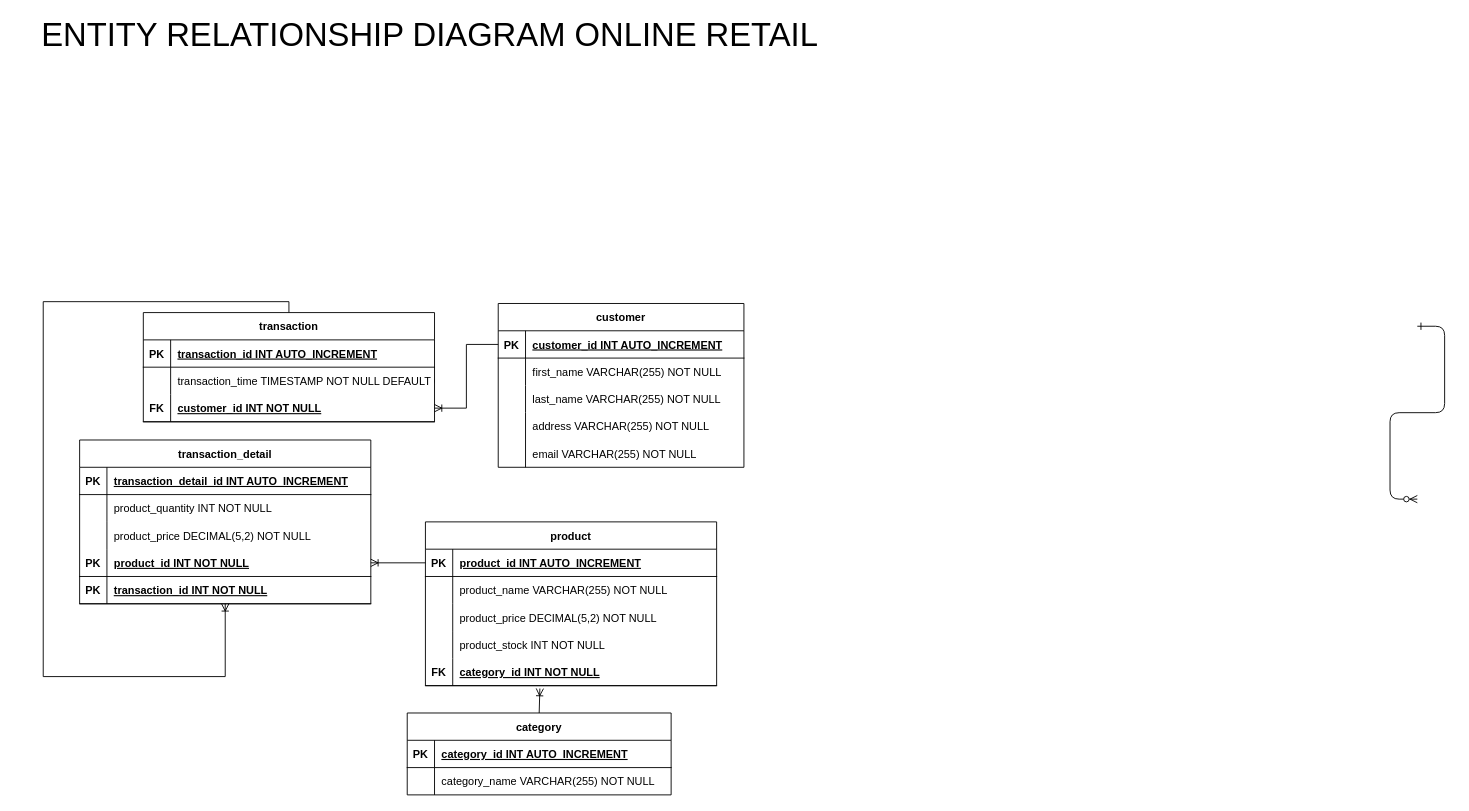
Above: ERD-online-retail.drawio in hushus23/tugas-database-online-retail-mysql (draw.io), before the change. Source tidied: cells renumbered, new cells numbered last; positions are measured from the earlier drawing's top-left corner, leaving out a move shared by most shapes. Both pictures are drawn from the tidied source at 91%, with x=0, y=0 at pixel (15, 21).
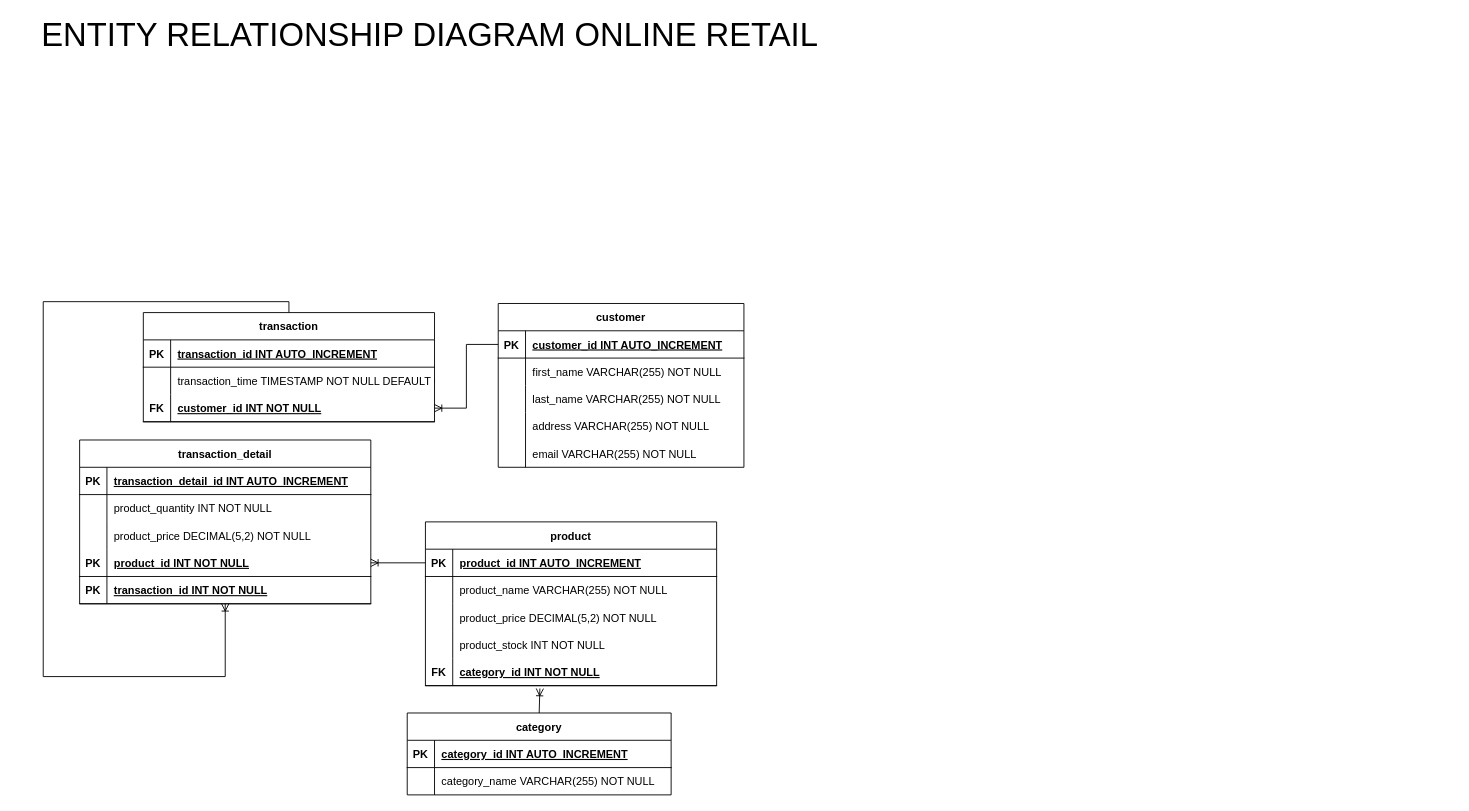
Above is the later version.

What changed in the source:
```diff
@@
-    <mxCell id="2" style="edgeStyle=entityRelationEdgeStyle;endArrow=ERzeroToMany;startArrow=ERone;endFill=1;startFill=0;" parent="1" edge="1">
-      <mxGeometry relative="1" as="geometry">
-        <mxPoint x="1540" y="335" as="sourcePoint" />
-        <mxPoint x="1540" y="525" as="targetPoint" />
-      </mxGeometry>
-    </mxCell>
```
